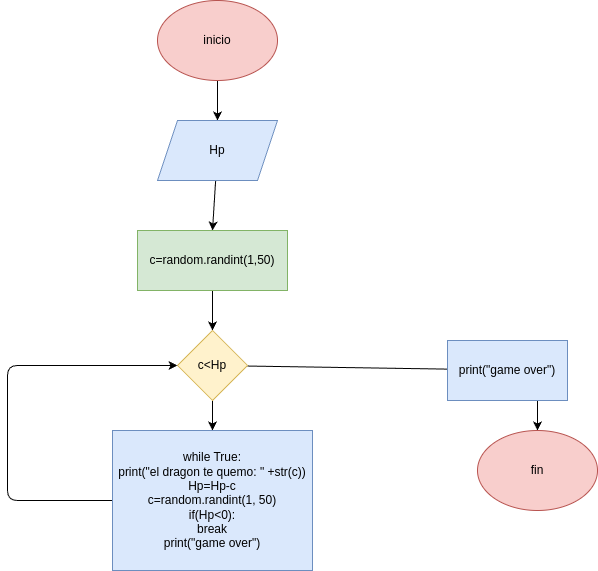
The draw.io diagram ejercicio2/diagrama.png in detonanteIvde777/taller_instrucciones_repetitiva_while, before a commit. Source tidied: cells renumbered, new cells last; positions are measured from the earlier drawing's top-left corner, leaving out a move shared by most shapes. The source it was exported from:
```xml
<mxGraphModel>
  <root>
    <mxCell id="0" />
    <mxCell id="1" parent="0" />
    <mxCell id="2" style="edgeStyle=none;html=1;entryX=0.5;entryY=0;entryDx=0;entryDy=0;" parent="1" edge="1" source="3" target="5">
      <mxGeometry relative="1" as="geometry" />
    </mxCell>
    <mxCell id="3" value="inicio" style="ellipse;whiteSpace=wrap;html=1;fillColor=#f8cecc;strokeColor=#b85450;" parent="1" vertex="1">
      <mxGeometry x="150" width="120" height="80" as="geometry" />
    </mxCell>
    <mxCell id="4" style="edgeStyle=none;html=1;entryX=0.5;entryY=0;entryDx=0;entryDy=0;" parent="1" edge="1" source="5" target="7">
      <mxGeometry relative="1" as="geometry" />
    </mxCell>
    <mxCell id="5" value="Hp" style="shape=parallelogram;perimeter=parallelogramPerimeter;whiteSpace=wrap;html=1;fixedSize=1;fillColor=#dae8fc;strokeColor=#6c8ebf;" parent="1" vertex="1">
      <mxGeometry x="150" y="120" width="120" height="60" as="geometry" />
    </mxCell>
    <mxCell id="6" style="edgeStyle=none;html=1;entryX=0.5;entryY=0;entryDx=0;entryDy=0;" parent="1" edge="1" source="7" target="10">
      <mxGeometry relative="1" as="geometry" />
    </mxCell>
    <mxCell id="7" value="c=random.randint(1,50)" style="rounded=0;whiteSpace=wrap;html=1;fillColor=#d5e8d4;strokeColor=#82b366;" parent="1" vertex="1">
      <mxGeometry x="130" y="230" width="150" height="60" as="geometry" />
    </mxCell>
    <mxCell id="8" style="edgeStyle=none;html=1;entryX=0.5;entryY=0;entryDx=0;entryDy=0;" parent="1" edge="1" source="10" target="13">
      <mxGeometry relative="1" as="geometry">
        <Array as="points">
          <mxPoint x="530" y="370" />
        </Array>
      </mxGeometry>
    </mxCell>
    <mxCell id="9" style="edgeStyle=none;html=1;entryX=0.5;entryY=0;entryDx=0;entryDy=0;" parent="1" edge="1" source="10" target="12">
      <mxGeometry relative="1" as="geometry" />
    </mxCell>
    <mxCell id="10" value="c&amp;lt;Hp" style="rhombus;whiteSpace=wrap;html=1;fillColor=#fff2cc;strokeColor=#d6b656;" parent="1" vertex="1">
      <mxGeometry x="170" y="330" width="70" height="70" as="geometry" />
    </mxCell>
    <mxCell id="11" style="edgeStyle=none;html=1;entryX=0;entryY=0.5;entryDx=0;entryDy=0;" parent="1" edge="1" source="12" target="10">
      <mxGeometry relative="1" as="geometry">
        <Array as="points">
          <mxPoint y="500" />
          <mxPoint y="365" />
        </Array>
      </mxGeometry>
    </mxCell>
    <mxCell id="12" value="while True:&lt;div&gt;print(&quot;el dragon te quemo: &quot; +str(c)) Hp=Hp-c&lt;/div&gt;&lt;div&gt;c=random.randint(1, 50)&lt;/div&gt;&lt;div&gt;if(Hp&amp;lt;0):&lt;/div&gt;&lt;div&gt;break&lt;/div&gt;&lt;div&gt;print(&quot;game over&quot;)&lt;/div&gt;" style="rounded=0;whiteSpace=wrap;html=1;fillColor=#dae8fc;strokeColor=#6c8ebf;" parent="1" vertex="1">
      <mxGeometry x="105" y="430" width="200" height="140" as="geometry" />
    </mxCell>
    <mxCell id="13" value="fin" style="ellipse;whiteSpace=wrap;html=1;fillColor=#f8cecc;strokeColor=#b85450;" parent="1" vertex="1">
      <mxGeometry x="470" y="430" width="120" height="80" as="geometry" />
    </mxCell>
    <mxCell id="14" value="print(&quot;game over&quot;)" style="rounded=0;whiteSpace=wrap;html=1;fillColor=#dae8fc;strokeColor=#6c8ebf;" parent="1" vertex="1">
      <mxGeometry x="440" y="340" width="120" height="60" as="geometry" />
    </mxCell>
  </root>
</mxGraphModel>
```
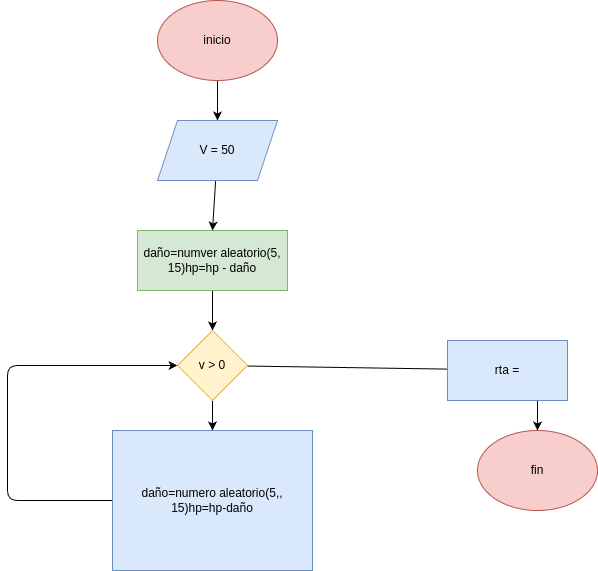
Later version of the same file.

Change to the diagram source:
```diff
@@ -11,13 +11,13 @@
     <mxCell id="4" style="edgeStyle=none;html=1;entryX=0.5;entryY=0;entryDx=0;entryDy=0;" parent="1" edge="1" source="5" target="7">
       <mxGeometry relative="1" as="geometry" />
     </mxCell>
-    <mxCell id="5" value="Hp" style="shape=parallelogram;perimeter=parallelogramPerimeter;whiteSpace=wrap;html=1;fixedSize=1;fillColor=#dae8fc;strokeColor=#6c8ebf;" parent="1" vertex="1">
+    <mxCell id="5" value="V = 50" style="shape=parallelogram;perimeter=parallelogramPerimeter;whiteSpace=wrap;html=1;fixedSize=1;fillColor=#dae8fc;strokeColor=#6c8ebf;" parent="1" vertex="1">
       <mxGeometry x="150" y="120" width="120" height="60" as="geometry" />
     </mxCell>
     <mxCell id="6" style="edgeStyle=none;html=1;entryX=0.5;entryY=0;entryDx=0;entryDy=0;" parent="1" edge="1" source="7" target="10">
       <mxGeometry relative="1" as="geometry" />
     </mxCell>
-    <mxCell id="7" value="c=random.randint(1,50)" style="rounded=0;whiteSpace=wrap;html=1;fillColor=#d5e8d4;strokeColor=#82b366;" parent="1" vertex="1">
+    <mxCell id="7" value="daño=numver aleatorio(5, 15)hp=hp - daño" style="rounded=0;whiteSpace=wrap;html=1;fillColor=#d5e8d4;strokeColor=#82b366;" parent="1" vertex="1">
       <mxGeometry x="130" y="230" width="150" height="60" as="geometry" />
     </mxCell>
     <mxCell id="8" style="edgeStyle=none;html=1;entryX=0.5;entryY=0;entryDx=0;entryDy=0;" parent="1" edge="1" source="10" target="13">
@@ -30,7 +30,7 @@
     <mxCell id="9" style="edgeStyle=none;html=1;entryX=0.5;entryY=0;entryDx=0;entryDy=0;" parent="1" edge="1" source="10" target="12">
       <mxGeometry relative="1" as="geometry" />
     </mxCell>
-    <mxCell id="10" value="c&amp;lt;Hp" style="rhombus;whiteSpace=wrap;html=1;fillColor=#fff2cc;strokeColor=#d6b656;" parent="1" vertex="1">
+    <mxCell id="10" value="v &amp;gt; 0" style="rhombus;whiteSpace=wrap;html=1;fillColor=#fff2cc;strokeColor=#d6b656;" parent="1" vertex="1">
       <mxGeometry x="170" y="330" width="70" height="70" as="geometry" />
     </mxCell>
     <mxCell id="11" style="edgeStyle=none;html=1;entryX=0;entryY=0.5;entryDx=0;entryDy=0;" parent="1" edge="1" source="12" target="10">
@@ -41,13 +41,13 @@
         </Array>
       </mxGeometry>
     </mxCell>
-    <mxCell id="12" value="while True:&lt;div&gt;print(&quot;el dragon te quemo: &quot; +str(c)) Hp=Hp-c&lt;/div&gt;&lt;div&gt;c=random.randint(1, 50)&lt;/div&gt;&lt;div&gt;if(Hp&amp;lt;0):&lt;/div&gt;&lt;div&gt;break&lt;/div&gt;&lt;div&gt;print(&quot;game over&quot;)&lt;/div&gt;" style="rounded=0;whiteSpace=wrap;html=1;fillColor=#dae8fc;strokeColor=#6c8ebf;" parent="1" vertex="1">
+    <mxCell id="12" value="daño=numero aleatorio(5,, 15)hp=hp-daño" style="rounded=0;whiteSpace=wrap;html=1;fillColor=#dae8fc;strokeColor=#6c8ebf;" parent="1" vertex="1">
       <mxGeometry x="105" y="430" width="200" height="140" as="geometry" />
     </mxCell>
     <mxCell id="13" value="fin" style="ellipse;whiteSpace=wrap;html=1;fillColor=#f8cecc;strokeColor=#b85450;" parent="1" vertex="1">
       <mxGeometry x="470" y="430" width="120" height="80" as="geometry" />
     </mxCell>
-    <mxCell id="14" value="print(&quot;game over&quot;)" style="rounded=0;whiteSpace=wrap;html=1;fillColor=#dae8fc;strokeColor=#6c8ebf;" parent="1" vertex="1">
+    <mxCell id="14" value="rta =" style="rounded=0;whiteSpace=wrap;html=1;fillColor=#dae8fc;strokeColor=#6c8ebf;" parent="1" vertex="1">
       <mxGeometry x="440" y="340" width="120" height="60" as="geometry" />
     </mxCell>
   </root>
```
